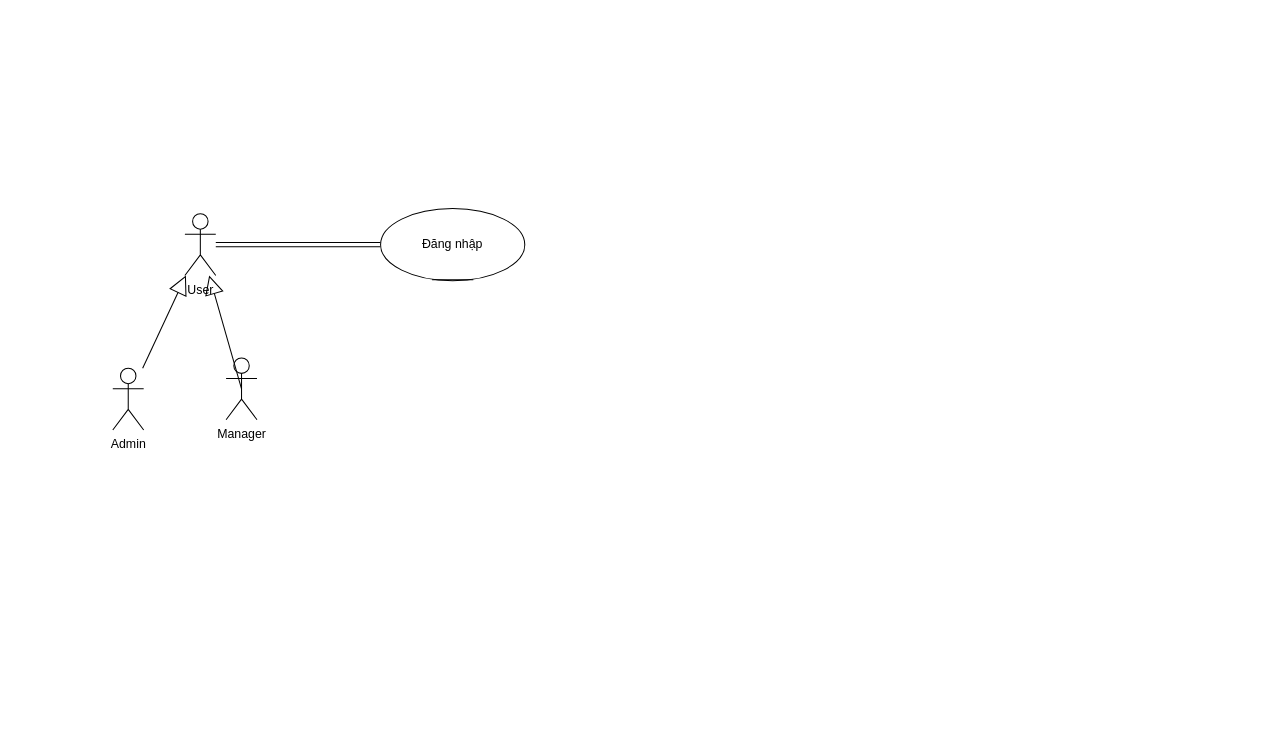
Before: BlogProject/BlogProject/UseCaseBlog.drawio in TranThanhHoang123/Blog, a draw.io diagram. Source tidied: cells renumbered, new cells numbered last; positions are measured from the earlier drawing's top-left corner, leaving out a move shared by most shapes. Both pictures are drawn from the tidied source at 103%, with x=0, y=0 at pixel (112, 208).
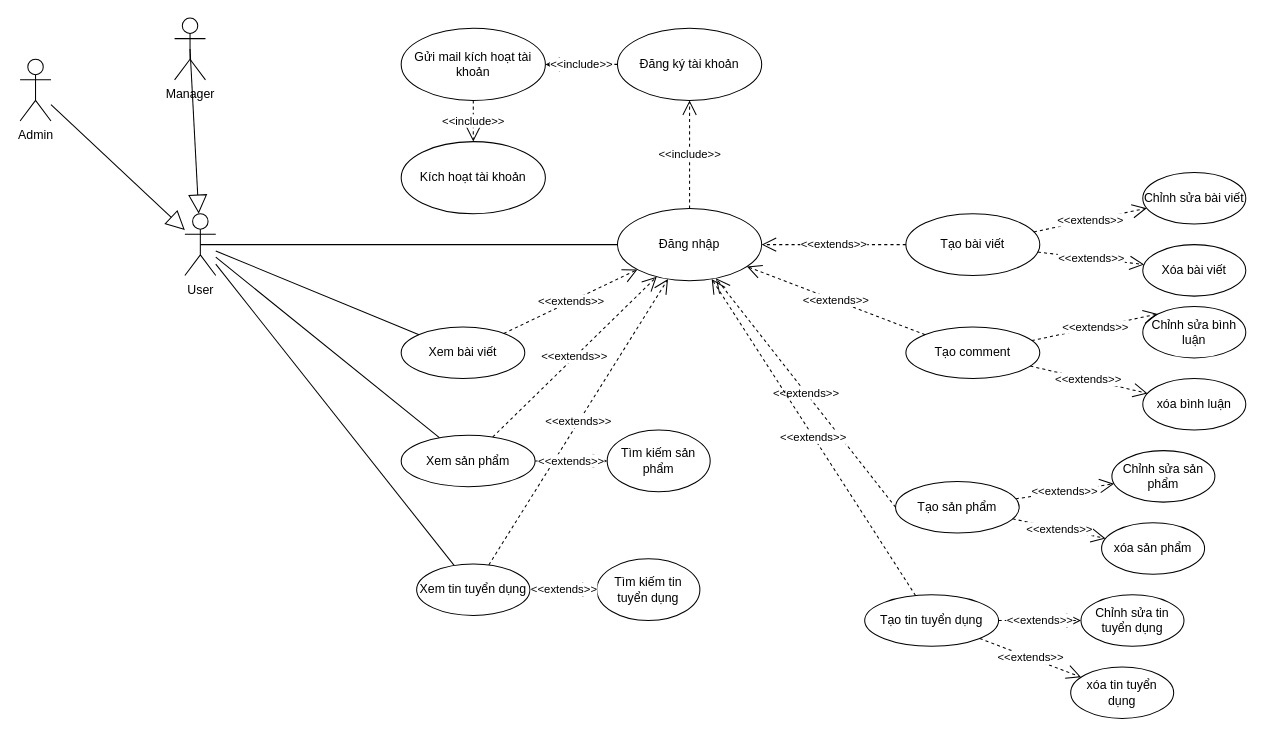
Above is the later version.

Unchanged cells that the change refers to:
```xml
<mxCell id="3" value="User" style="shape=umlActor;verticalLabelPosition=bottom;verticalAlign=top;html=1;outlineConnect=0;" parent="1" vertex="1">
  <mxGeometry x="70" y="5" width="30" height="60" as="geometry" />
</mxCell>
```

Diff of the diagram source:
```diff
@@
-    <mxCell id="2" style="rounded=0;jettySize=auto;html=1;shape=link;" parent="1" edge="1" source="3" target="8">
-      <mxGeometry relative="1" as="geometry" />
-    </mxCell>
@@
     <mxCell id="4" value="Admin" style="shape=umlActor;verticalLabelPosition=bottom;verticalAlign=top;html=1;outlineConnect=0;" parent="1" vertex="1">
-      <mxGeometry y="155" width="30" height="60" as="geometry" />
+      <mxGeometry x="-90" y="-145" width="30" height="60" as="geometry" />
     </mxCell>
     <mxCell id="5" value="Manager" style="shape=umlActor;verticalLabelPosition=bottom;verticalAlign=top;html=1;outlineConnect=0;" parent="1" vertex="1">
-      <mxGeometry x="110" y="145" width="30" height="60" as="geometry" />
+      <mxGeometry x="60" y="-185" width="30" height="60" as="geometry" />
     </mxCell>
@@
     <mxCell id="8" value="Đăng nhập" style="ellipse;whiteSpace=wrap;html=1;" parent="1" vertex="1">
-      <mxGeometry x="260" width="140" height="70" as="geometry" />
+      <mxGeometry x="490" width="140" height="70" as="geometry" />
     </mxCell>
-    <mxCell id="9" style="line;strokeWidth=1;fillColor=none;align=left;verticalAlign=middle;spacingTop=-1;spacingLeft=3;spacingRight=3;labelPosition=right;strokeColor=inherit;" parent="1" vertex="1">
-      <mxGeometry x="310" y="65" width="40" height="8" as="geometry" />
-    </mxCell>
+    <mxCell id="2" style="endArrow=none;html=1;rounded=0;strokeColor=default;align=center;verticalAlign=middle;fontFamily=Helvetica;fontSize=11;fontColor=default;labelBackgroundColor=default;edgeStyle=none;exitX=0.5;exitY=0.5;exitDx=0;exitDy=0;exitPerimeter=0;" parent="1" edge="1" source="3" target="8">
+      <mxGeometry relative="1" as="geometry" />
+    </mxCell>
+    <mxCell id="10" value="Đăng ký tài khoản" style="ellipse;whiteSpace=wrap;html=1;" parent="1" vertex="1">
+      <mxGeometry x="490" y="-175" width="140" height="70" as="geometry" />
+    </mxCell>
+    <mxCell id="11" value="&amp;lt;&amp;lt;include&amp;gt;&amp;gt;" style="endArrow=open;endSize=12;dashed=1;html=1;rounded=0;strokeColor=default;align=center;verticalAlign=middle;fontFamily=Helvetica;fontSize=11;fontColor=default;labelBackgroundColor=default;edgeStyle=none;" parent="1" edge="1" source="8" target="10">
+      <mxGeometry relative="1" as="geometry" />
+    </mxCell>
+    <mxCell id="12" value="Gửi mail kích hoạt tài khoản" style="ellipse;whiteSpace=wrap;html=1;" parent="1" vertex="1">
+      <mxGeometry x="280" y="-175" width="140" height="70" as="geometry" />
+    </mxCell>
+    <mxCell id="13" value="&amp;lt;&amp;lt;include&amp;gt;&amp;gt;" style="endArrow=open;endSize=12;dashed=1;html=1;rounded=0;strokeColor=default;align=center;verticalAlign=middle;fontFamily=Helvetica;fontSize=11;fontColor=default;labelBackgroundColor=default;edgeStyle=none;" parent="1" edge="1" source="10" target="12">
+      <mxGeometry relative="1" as="geometry" />
+    </mxCell>
+    <mxCell id="14" value="Kích hoạt tài khoản" style="ellipse;whiteSpace=wrap;html=1;" parent="1" vertex="1">
+      <mxGeometry x="280" y="-65" width="140" height="70" as="geometry" />
+    </mxCell>
+    <mxCell id="15" value="&amp;lt;&amp;lt;include&amp;gt;&amp;gt;" style="endArrow=open;endSize=12;dashed=1;html=1;rounded=0;strokeColor=default;align=center;verticalAlign=middle;fontFamily=Helvetica;fontSize=11;fontColor=default;labelBackgroundColor=default;edgeStyle=none;" parent="1" edge="1" source="12" target="14">
+      <mxGeometry relative="1" as="geometry" />
+    </mxCell>
+    <mxCell id="16" value="Xem bài viết" style="ellipse;whiteSpace=wrap;html=1;" parent="1" vertex="1">
+      <mxGeometry x="280" y="115" width="120" height="50" as="geometry" />
+    </mxCell>
+    <mxCell id="17" value="Xem tin tuyển dụng" style="ellipse;whiteSpace=wrap;html=1;" parent="1" vertex="1">
+      <mxGeometry x="295" y="345" width="110" height="50" as="geometry" />
+    </mxCell>
+    <mxCell id="18" value="Xem sản phẩm" style="ellipse;whiteSpace=wrap;html=1;" parent="1" vertex="1">
+      <mxGeometry x="280" y="220" width="130" height="50" as="geometry" />
+    </mxCell>
+    <mxCell id="19" style="endArrow=none;html=1;rounded=0;strokeColor=default;align=center;verticalAlign=middle;fontFamily=Helvetica;fontSize=11;fontColor=default;labelBackgroundColor=default;edgeStyle=none;" parent="1" edge="1" source="3" target="16">
+      <mxGeometry relative="1" as="geometry" />
+    </mxCell>
+    <mxCell id="20" style="endArrow=none;html=1;rounded=0;strokeColor=default;align=center;verticalAlign=middle;fontFamily=Helvetica;fontSize=11;fontColor=default;labelBackgroundColor=default;edgeStyle=none;" parent="1" edge="1" source="3" target="18">
+      <mxGeometry relative="1" as="geometry" />
+    </mxCell>
+    <mxCell id="21" style="endArrow=none;html=1;rounded=0;strokeColor=default;align=center;verticalAlign=middle;fontFamily=Helvetica;fontSize=11;fontColor=default;labelBackgroundColor=default;edgeStyle=none;" parent="1" edge="1" source="3" target="17">
+      <mxGeometry relative="1" as="geometry" />
+    </mxCell>
+    <mxCell id="22" value="&amp;lt;&amp;lt;extends&amp;gt;&amp;gt;" style="endArrow=open;endSize=12;dashed=1;html=1;rounded=0;strokeColor=default;align=center;verticalAlign=middle;fontFamily=Helvetica;fontSize=11;fontColor=default;labelBackgroundColor=default;edgeStyle=none;" parent="1" edge="1" source="16" target="8">
+      <mxGeometry relative="1" as="geometry" />
+    </mxCell>
+    <mxCell id="23" value="&amp;lt;&amp;lt;extends&amp;gt;&amp;gt;" style="endArrow=open;endSize=12;dashed=1;html=1;rounded=0;strokeColor=default;align=center;verticalAlign=middle;fontFamily=Helvetica;fontSize=11;fontColor=default;labelBackgroundColor=default;edgeStyle=none;" parent="1" edge="1" source="18" target="8">
+      <mxGeometry relative="1" as="geometry" />
+    </mxCell>
+    <mxCell id="24" value="&amp;lt;&amp;lt;extends&amp;gt;&amp;gt;" style="endArrow=open;endSize=12;dashed=1;html=1;rounded=0;strokeColor=default;align=center;verticalAlign=middle;fontFamily=Helvetica;fontSize=11;fontColor=default;labelBackgroundColor=default;edgeStyle=none;" parent="1" edge="1" source="17" target="8">
+      <mxGeometry relative="1" as="geometry" />
+    </mxCell>
+    <mxCell id="25" value="Tạo comment" style="ellipse;whiteSpace=wrap;html=1;" parent="1" vertex="1">
+      <mxGeometry x="770" y="115" width="130" height="50" as="geometry" />
+    </mxCell>
+    <mxCell id="26" value="Tạo sản phẩm" style="ellipse;whiteSpace=wrap;html=1;" parent="1" vertex="1">
+      <mxGeometry x="760" y="265" width="120" height="50" as="geometry" />
+    </mxCell>
+    <mxCell id="27" value="Tạo tin tuyển dụng" style="ellipse;whiteSpace=wrap;html=1;" parent="1" vertex="1">
+      <mxGeometry x="730" y="375" width="130" height="50" as="geometry" />
+    </mxCell>
+    <mxCell id="28" value="Tạo bài viết" style="ellipse;whiteSpace=wrap;html=1;" parent="1" vertex="1">
+      <mxGeometry x="770" y="5" width="130" height="60" as="geometry" />
+    </mxCell>
+    <mxCell id="29" value="&amp;lt;&amp;lt;extends&amp;gt;&amp;gt;" style="endArrow=open;endSize=12;dashed=1;html=1;rounded=0;strokeColor=default;align=center;verticalAlign=middle;fontFamily=Helvetica;fontSize=11;fontColor=default;labelBackgroundColor=default;edgeStyle=none;" parent="1" edge="1" source="28" target="8">
+      <mxGeometry relative="1" as="geometry" />
+    </mxCell>
+    <mxCell id="30" value="&amp;lt;&amp;lt;extends&amp;gt;&amp;gt;" style="endArrow=open;endSize=12;dashed=1;html=1;rounded=0;strokeColor=default;align=center;verticalAlign=middle;fontFamily=Helvetica;fontSize=11;fontColor=default;labelBackgroundColor=default;edgeStyle=none;" parent="1" edge="1" source="25" target="8">
+      <mxGeometry relative="1" as="geometry" />
+    </mxCell>
+    <mxCell id="31" value="&amp;lt;&amp;lt;extends&amp;gt;&amp;gt;" style="endArrow=open;endSize=12;dashed=1;html=1;rounded=0;strokeColor=default;align=center;verticalAlign=middle;fontFamily=Helvetica;fontSize=11;fontColor=default;labelBackgroundColor=default;edgeStyle=none;exitX=0;exitY=0.5;exitDx=0;exitDy=0;" parent="1" edge="1" source="26" target="8">
+      <mxGeometry relative="1" as="geometry" />
+    </mxCell>
+    <mxCell id="32" value="&amp;lt;&amp;lt;extends&amp;gt;&amp;gt;" style="endArrow=open;endSize=12;dashed=1;html=1;rounded=0;strokeColor=default;align=center;verticalAlign=middle;fontFamily=Helvetica;fontSize=11;fontColor=default;labelBackgroundColor=default;edgeStyle=none;" parent="1" edge="1" source="27" target="8">
+      <mxGeometry relative="1" as="geometry" />
+    </mxCell>
+    <mxCell id="33" value="Chỉnh sửa bài viết" style="ellipse;whiteSpace=wrap;html=1;" parent="1" vertex="1">
+      <mxGeometry x="1000" y="-35" width="100" height="50" as="geometry" />
+    </mxCell>
+    <mxCell id="34" value="Xóa bài viết" style="ellipse;whiteSpace=wrap;html=1;" parent="1" vertex="1">
+      <mxGeometry x="1000" y="35" width="100" height="50" as="geometry" />
+    </mxCell>
+    <mxCell id="35" value="&amp;lt;&amp;lt;extends&amp;gt;&amp;gt;" style="endArrow=open;endSize=12;dashed=1;html=1;rounded=0;strokeColor=default;align=center;verticalAlign=middle;fontFamily=Helvetica;fontSize=11;fontColor=default;labelBackgroundColor=default;edgeStyle=none;" parent="1" edge="1" source="28" target="33">
+      <mxGeometry relative="1" as="geometry" />
+    </mxCell>
+    <mxCell id="36" value="&amp;lt;&amp;lt;extends&amp;gt;&amp;gt;" style="endArrow=open;endSize=12;dashed=1;html=1;rounded=0;strokeColor=default;align=center;verticalAlign=middle;fontFamily=Helvetica;fontSize=11;fontColor=default;labelBackgroundColor=default;edgeStyle=none;" parent="1" edge="1" source="28" target="34">
+      <mxGeometry relative="1" as="geometry" />
+    </mxCell>
+    <mxCell id="37" value="Chỉnh sửa bình luận" style="ellipse;whiteSpace=wrap;html=1;" parent="1" vertex="1">
+      <mxGeometry x="1000" y="95" width="100" height="50" as="geometry" />
+    </mxCell>
+    <mxCell id="38" value="xóa bình luận" style="ellipse;whiteSpace=wrap;html=1;" parent="1" vertex="1">
+      <mxGeometry x="1000" y="165" width="100" height="50" as="geometry" />
+    </mxCell>
+    <mxCell id="39" value="Chỉnh sửa sản phẩm" style="ellipse;whiteSpace=wrap;html=1;" parent="1" vertex="1">
+      <mxGeometry x="970" y="235" width="100" height="50" as="geometry" />
+    </mxCell>
+    <mxCell id="40" value="xóa sản phẩm" style="ellipse;whiteSpace=wrap;html=1;" parent="1" vertex="1">
+      <mxGeometry x="960" y="305" width="100" height="50" as="geometry" />
+    </mxCell>
+    <mxCell id="41" value="Chỉnh sửa tin tuyển dụng" style="ellipse;whiteSpace=wrap;html=1;" parent="1" vertex="1">
+      <mxGeometry x="940" y="375" width="100" height="50" as="geometry" />
+    </mxCell>
+    <mxCell id="42" value="xóa tin tuyển dụng" style="ellipse;whiteSpace=wrap;html=1;" parent="1" vertex="1">
+      <mxGeometry x="930" y="445" width="100" height="50" as="geometry" />
+    </mxCell>
+    <mxCell id="43" value="&amp;lt;&amp;lt;extends&amp;gt;&amp;gt;" style="endArrow=open;endSize=12;dashed=1;html=1;rounded=0;strokeColor=default;align=center;verticalAlign=middle;fontFamily=Helvetica;fontSize=11;fontColor=default;labelBackgroundColor=default;edgeStyle=none;entryX=0;entryY=0;entryDx=0;entryDy=0;" parent="1" edge="1" source="25" target="37">
+      <mxGeometry relative="1" as="geometry" />
+    </mxCell>
+    <mxCell id="44" value="&amp;lt;&amp;lt;extends&amp;gt;&amp;gt;" style="endArrow=open;endSize=12;dashed=1;html=1;rounded=0;strokeColor=default;align=center;verticalAlign=middle;fontFamily=Helvetica;fontSize=11;fontColor=default;labelBackgroundColor=default;edgeStyle=none;" parent="1" edge="1" source="25" target="38">
+      <mxGeometry relative="1" as="geometry" />
+    </mxCell>
+    <mxCell id="45" value="&amp;lt;&amp;lt;extends&amp;gt;&amp;gt;" style="endArrow=open;endSize=12;dashed=1;html=1;rounded=0;strokeColor=default;align=center;verticalAlign=middle;fontFamily=Helvetica;fontSize=11;fontColor=default;labelBackgroundColor=default;edgeStyle=none;" parent="1" edge="1" source="26" target="39">
+      <mxGeometry relative="1" as="geometry" />
+    </mxCell>
+    <mxCell id="46" value="&amp;lt;&amp;lt;extends&amp;gt;&amp;gt;" style="endArrow=open;endSize=12;dashed=1;html=1;rounded=0;strokeColor=default;align=center;verticalAlign=middle;fontFamily=Helvetica;fontSize=11;fontColor=default;labelBackgroundColor=default;edgeStyle=none;" parent="1" edge="1" source="26" target="40">
+      <mxGeometry relative="1" as="geometry" />
+    </mxCell>
+    <mxCell id="47" value="&amp;lt;&amp;lt;extends&amp;gt;&amp;gt;" style="endArrow=open;endSize=12;dashed=1;html=1;rounded=0;strokeColor=default;align=center;verticalAlign=middle;fontFamily=Helvetica;fontSize=11;fontColor=default;labelBackgroundColor=default;edgeStyle=none;" parent="1" edge="1" source="27" target="41">
+      <mxGeometry relative="1" as="geometry" />
+    </mxCell>
+    <mxCell id="48" value="&amp;lt;&amp;lt;extends&amp;gt;&amp;gt;" style="endArrow=open;endSize=12;dashed=1;html=1;rounded=0;strokeColor=default;align=center;verticalAlign=middle;fontFamily=Helvetica;fontSize=11;fontColor=default;labelBackgroundColor=default;edgeStyle=none;" parent="1" edge="1" source="27" target="42">
+      <mxGeometry relative="1" as="geometry" />
+    </mxCell>
+    <mxCell id="49" value="Tìm kiếm sản phẩm" style="ellipse;whiteSpace=wrap;html=1;" parent="1" vertex="1">
+      <mxGeometry x="480" y="215" width="100" height="60" as="geometry" />
+    </mxCell>
+    <mxCell id="50" value="&amp;lt;&amp;lt;extends&amp;gt;&amp;gt;" style="endArrow=open;endSize=12;dashed=1;html=1;rounded=0;strokeColor=default;align=center;verticalAlign=middle;fontFamily=Helvetica;fontSize=11;fontColor=default;labelBackgroundColor=default;edgeStyle=none;" parent="1" edge="1" source="18" target="49">
+      <mxGeometry relative="1" as="geometry" />
+    </mxCell>
+    <mxCell id="51" value="Tìm kiếm tin tuyển dụng" style="ellipse;whiteSpace=wrap;html=1;" parent="1" vertex="1">
+      <mxGeometry x="470" y="340" width="100" height="60" as="geometry" />
+    </mxCell>
+    <mxCell id="52" value="&amp;lt;&amp;lt;extends&amp;gt;&amp;gt;" style="endArrow=open;endSize=12;dashed=1;html=1;rounded=0;strokeColor=default;align=center;verticalAlign=middle;fontFamily=Helvetica;fontSize=11;fontColor=default;labelBackgroundColor=default;edgeStyle=none;" parent="1" edge="1" source="17" target="51">
+      <mxGeometry relative="1" as="geometry" />
+    </mxCell>
```
